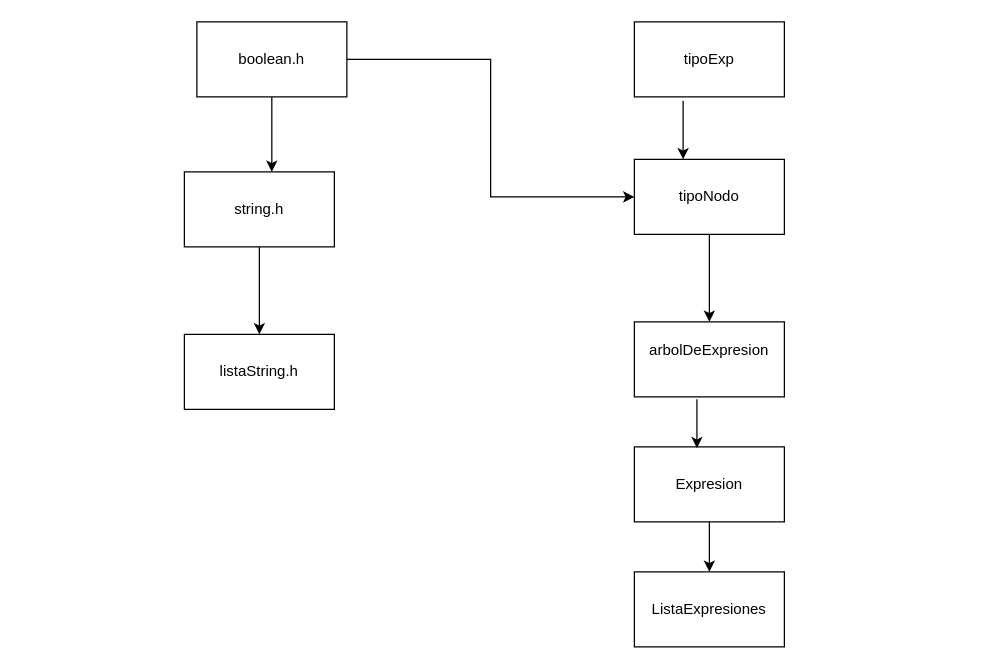
The draw.io diagram Diagrama sin título.drawio in GonzaloFleitass/Taller-Programacion-II-En-C, before the edit. Source tidied: cells renumbered, new cells numbered last; positions are measured from the earlier drawing's top-left corner, leaving out a move shared by most shapes. Both pictures are drawn from the tidied source at 125%, with x=0, y=0 at pixel (184, 21).
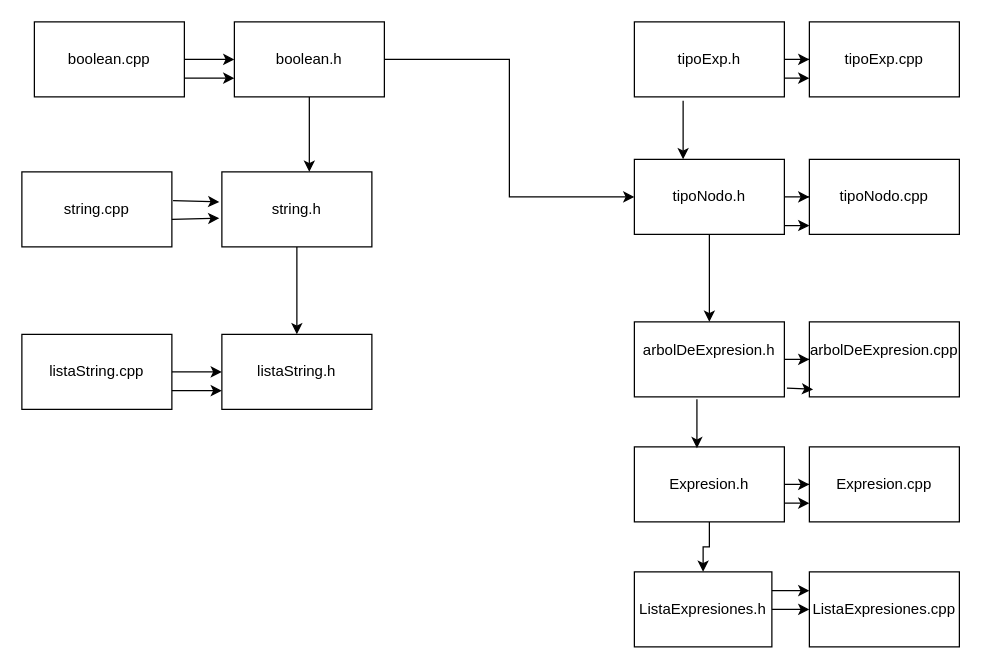
After the change.

The edit, as a diff of the source:
```diff
@@
     <mxCell id="3" value="boolean.h" style="rounded=0;whiteSpace=wrap;html=1;" parent="1" vertex="1">
-      <mxGeometry x="10" width="120" height="60" as="geometry" />
+      <mxGeometry x="40" width="120" height="60" as="geometry" />
     </mxCell>
@@
     <mxCell id="5" value="string.h" style="rounded=0;whiteSpace=wrap;html=1;" parent="1" vertex="1">
-      <mxGeometry y="120" width="120" height="60" as="geometry" />
+      <mxGeometry x="30" y="120" width="120" height="60" as="geometry" />
     </mxCell>
     <mxCell id="6" value="listaString.h" style="rounded=0;whiteSpace=wrap;html=1;" parent="1" vertex="1">
-      <mxGeometry y="250" width="120" height="60" as="geometry" />
+      <mxGeometry x="30" y="250" width="120" height="60" as="geometry" />
     </mxCell>
+    <mxCell id="18" style="edgeStyle=orthogonalEdgeStyle;rounded=0;jettySize=auto;html=1;entryX=0;entryY=0.5;entryDx=0;entryDy=0;" parent="1" edge="1" source="7" target="36">
+      <mxGeometry relative="1" as="geometry" />
+    </mxCell>
-    <mxCell id="7" value="tipoExp" style="rounded=0;whiteSpace=wrap;html=1;" parent="1" vertex="1">
+    <mxCell id="7" value="tipoExp.h" style="rounded=0;whiteSpace=wrap;html=1;" parent="1" vertex="1">
       <mxGeometry x="360" width="120" height="60" as="geometry" />
     </mxCell>
+    <mxCell id="19" style="edgeStyle=orthogonalEdgeStyle;rounded=0;jettySize=auto;html=1;" parent="1" edge="1" source="8" target="28">
+      <mxGeometry relative="1" as="geometry" />
+    </mxCell>
-    <mxCell id="8" value="tipoNodo" style="rounded=0;whiteSpace=wrap;html=1;" parent="1" vertex="1">
+    <mxCell id="8" value="tipoNodo.h" style="rounded=0;whiteSpace=wrap;html=1;" parent="1" vertex="1">
       <mxGeometry x="360" y="110" width="120" height="60" as="geometry" />
     </mxCell>
+    <mxCell id="20" style="edgeStyle=orthogonalEdgeStyle;rounded=0;jettySize=auto;html=1;" parent="1" edge="1" source="9" target="29">
+      <mxGeometry relative="1" as="geometry" />
+    </mxCell>
-    <mxCell id="9" value="arbolDeExpresion&lt;div&gt;&lt;br/&gt;&lt;/div&gt;" style="rounded=0;whiteSpace=wrap;html=1;" parent="1" vertex="1">
+    <mxCell id="9" value="arbolDeExpresion.h&lt;div&gt;&lt;br&gt;&lt;/div&gt;" style="rounded=0;whiteSpace=wrap;html=1;" parent="1" vertex="1">
       <mxGeometry x="360" y="240" width="120" height="60" as="geometry" />
     </mxCell>
@@
+    <mxCell id="21" style="edgeStyle=orthogonalEdgeStyle;rounded=0;jettySize=auto;html=1;entryX=0;entryY=0.5;entryDx=0;entryDy=0;" parent="1" edge="1" source="11" target="30">
+      <mxGeometry relative="1" as="geometry" />
+    </mxCell>
-    <mxCell id="11" value="Expresion" style="rounded=0;whiteSpace=wrap;html=1;" parent="1" vertex="1">
+    <mxCell id="11" value="Expresion.h" style="rounded=0;whiteSpace=wrap;html=1;" parent="1" vertex="1">
       <mxGeometry x="360" y="340" width="120" height="60" as="geometry" />
     </mxCell>
@@
+    <mxCell id="22" style="edgeStyle=orthogonalEdgeStyle;rounded=0;jettySize=auto;html=1;entryX=0;entryY=0.5;entryDx=0;entryDy=0;" parent="1" edge="1" source="17" target="31">
+      <mxGeometry relative="1" as="geometry" />
+    </mxCell>
-    <mxCell id="17" value="ListaExpresiones" style="rounded=0;whiteSpace=wrap;html=1;" parent="1" vertex="1">
-      <mxGeometry x="360" y="440" width="120" height="60" as="geometry" />
+    <mxCell id="17" value="ListaExpresiones.h" style="rounded=0;whiteSpace=wrap;html=1;" parent="1" vertex="1">
+      <mxGeometry x="360" y="440" width="110" height="60" as="geometry" />
     </mxCell>
+    <mxCell id="23" style="edgeStyle=orthogonalEdgeStyle;rounded=0;jettySize=auto;html=1;entryX=0;entryY=0.5;entryDx=0;entryDy=0;" parent="1" edge="1" source="24" target="3">
+      <mxGeometry relative="1" as="geometry" />
+    </mxCell>
+    <mxCell id="24" value="boolean.cpp" style="rounded=0;whiteSpace=wrap;html=1;" parent="1" vertex="1">
+      <mxGeometry x="-120" width="120" height="60" as="geometry" />
+    </mxCell>
+    <mxCell id="25" value="string.cpp" style="rounded=0;whiteSpace=wrap;html=1;" parent="1" vertex="1">
+      <mxGeometry x="-130" y="120" width="120" height="60" as="geometry" />
+    </mxCell>
+    <mxCell id="26" style="edgeStyle=orthogonalEdgeStyle;rounded=0;jettySize=auto;html=1;entryX=0;entryY=0.5;entryDx=0;entryDy=0;" parent="1" edge="1" source="27" target="6">
+      <mxGeometry relative="1" as="geometry" />
+    </mxCell>
+    <mxCell id="27" value="listaString.cpp" style="rounded=0;whiteSpace=wrap;html=1;" parent="1" vertex="1">
+      <mxGeometry x="-130" y="250" width="120" height="60" as="geometry" />
+    </mxCell>
+    <mxCell id="28" value="tipoNodo.cpp" style="rounded=0;whiteSpace=wrap;html=1;" parent="1" vertex="1">
+      <mxGeometry x="500" y="110" width="120" height="60" as="geometry" />
+    </mxCell>
+    <mxCell id="29" value="arbolDeExpresion.cpp&lt;div&gt;&lt;br&gt;&lt;/div&gt;" style="rounded=0;whiteSpace=wrap;html=1;" parent="1" vertex="1">
+      <mxGeometry x="500" y="240" width="120" height="60" as="geometry" />
+    </mxCell>
+    <mxCell id="30" value="Expresion.cpp" style="rounded=0;whiteSpace=wrap;html=1;" parent="1" vertex="1">
+      <mxGeometry x="500" y="340" width="120" height="60" as="geometry" />
+    </mxCell>
+    <mxCell id="31" value="ListaExpresiones.cpp" style="rounded=0;whiteSpace=wrap;html=1;" parent="1" vertex="1">
+      <mxGeometry x="500" y="440" width="120" height="60" as="geometry" />
+    </mxCell>
+    <mxCell id="32" style="endArrow=classic;html=1;rounded=0;exitX=1;exitY=0.25;exitDx=0;exitDy=0;entryX=0;entryY=0.25;entryDx=0;entryDy=0;" parent="1" edge="1" source="17" target="31">
+      <mxGeometry relative="1" as="geometry" />
+    </mxCell>
+    <mxCell id="33" style="endArrow=classic;html=1;rounded=0;exitX=1.017;exitY=0.883;exitDx=0;exitDy=0;exitPerimeter=0;entryX=0.025;entryY=0.9;entryDx=0;entryDy=0;entryPerimeter=0;" parent="1" edge="1" source="9" target="29">
+      <mxGeometry relative="1" as="geometry" />
+    </mxCell>
+    <mxCell id="34" style="endArrow=classic;html=1;rounded=0;entryX=0;entryY=0.75;entryDx=0;entryDy=0;exitX=1;exitY=0.75;exitDx=0;exitDy=0;" parent="1" edge="1" source="11" target="30">
+      <mxGeometry relative="1" as="geometry" />
+    </mxCell>
+    <mxCell id="35" style="endArrow=classic;html=1;rounded=0;entryX=0;entryY=0.883;entryDx=0;entryDy=0;entryPerimeter=0;exitX=1;exitY=0.883;exitDx=0;exitDy=0;exitPerimeter=0;" parent="1" edge="1" source="8" target="28">
+      <mxGeometry relative="1" as="geometry" />
+    </mxCell>
+    <mxCell id="36" value="tipoExp.cpp" style="rounded=0;whiteSpace=wrap;html=1;" parent="1" vertex="1">
+      <mxGeometry x="500" width="120" height="60" as="geometry" />
+    </mxCell>
+    <mxCell id="37" style="endArrow=classic;html=1;rounded=0;exitX=1;exitY=0.75;exitDx=0;exitDy=0;entryX=0;entryY=0.75;entryDx=0;entryDy=0;" parent="1" edge="1" source="7" target="36">
+      <mxGeometry relative="1" as="geometry" />
+    </mxCell>
+    <mxCell id="38" style="endArrow=classic;html=1;rounded=0;entryX=0;entryY=0.75;entryDx=0;entryDy=0;exitX=1;exitY=0.75;exitDx=0;exitDy=0;" parent="1" edge="1" source="24" target="3">
+      <mxGeometry relative="1" as="geometry" />
+    </mxCell>
+    <mxCell id="39" style="endArrow=classic;html=1;rounded=0;entryX=0;entryY=0.75;entryDx=0;entryDy=0;exitX=1;exitY=0.75;exitDx=0;exitDy=0;" parent="1" edge="1" source="27" target="6">
+      <mxGeometry relative="1" as="geometry" />
+    </mxCell>
+    <mxCell id="40" style="endArrow=classic;html=1;rounded=0;entryX=-0.017;entryY=0.617;entryDx=0;entryDy=0;entryPerimeter=0;exitX=1;exitY=0.633;exitDx=0;exitDy=0;exitPerimeter=0;" parent="1" edge="1" source="25" target="5">
+      <mxGeometry relative="1" as="geometry" />
+    </mxCell>
+    <mxCell id="41" style="endArrow=classic;html=1;rounded=0;entryX=-0.017;entryY=0.4;entryDx=0;entryDy=0;entryPerimeter=0;exitX=1.008;exitY=0.383;exitDx=0;exitDy=0;exitPerimeter=0;" parent="1" edge="1" source="25" target="5">
+      <mxGeometry relative="1" as="geometry" />
+    </mxCell>
```
